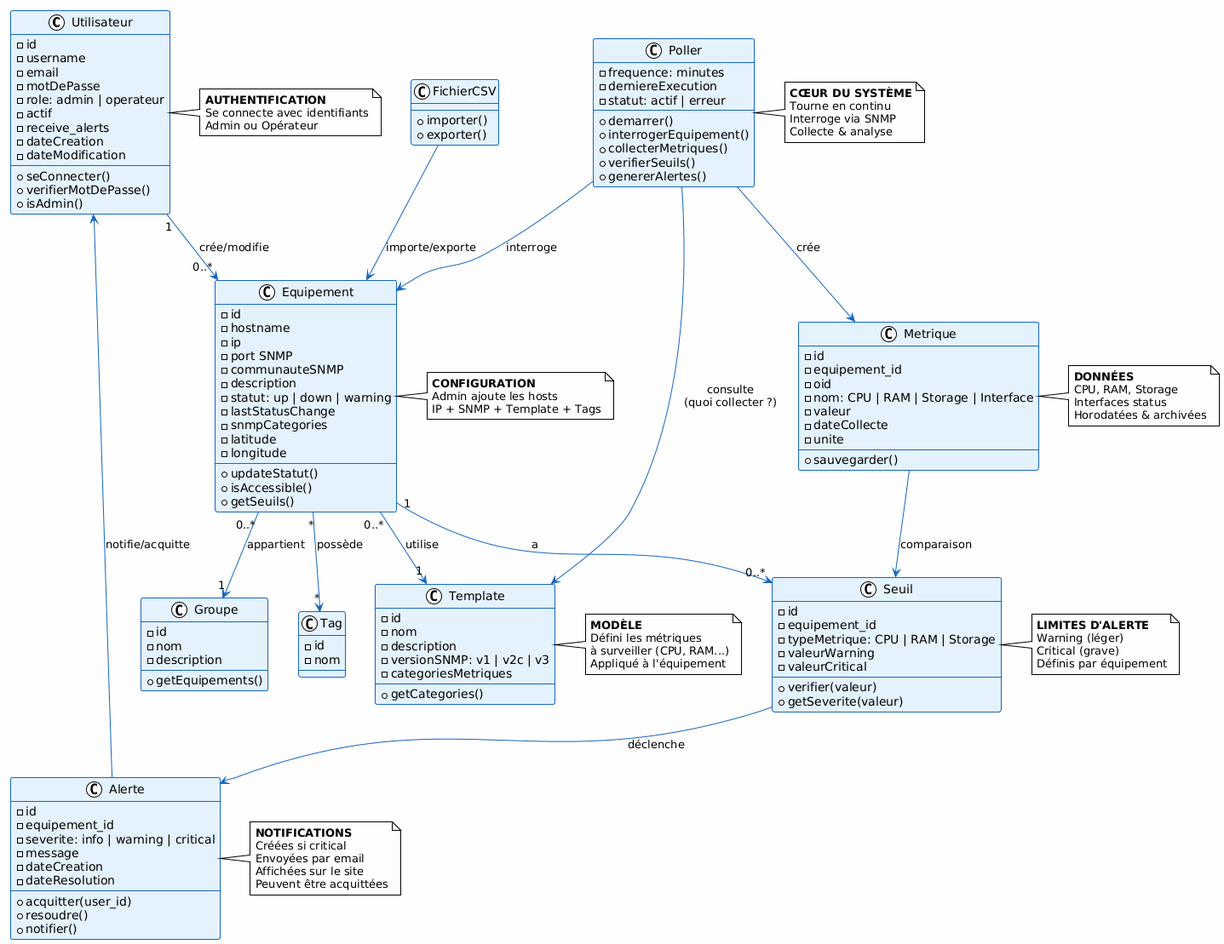
Before: Diagramme/Schema/Diagramme_class.png, a diagram exported from PlantUML (Noe-GAVILLET/Projet_supervision_reseau). Its diagram source:
```plantuml
@startuml
!theme plain
skinparam backgroundColor #FEFEFE
skinparam classBackgroundColor #E3F2FD
skinparam classBorderColor #1565C0
skinparam arrowColor #1565C0
skinparam fontSize 11
skinparam maxMessageSize 250


class Utilisateur {
  - id
  - username
  - email
  - motDePasse
  - role: admin | operateur
  - actif
  - receive_alerts
  - dateCreation
  - dateModification
  --
  + seConnecter()
  + verifierMotDePasse()
  + isAdmin()
}


class Equipement {
  - id
  - hostname
  - ip
  - port SNMP
  - communauteSNMP
  - description
  - statut: up | down | warning
  - lastStatusChange
  - snmpCategories
  - latitude
  - longitude
  --
  + updateStatut()
  + isAccessible()
  + getSeuils()
}

class Template {
  - id
  - nom
  - description
  - versionSNMP: v1 | v2c | v3
  - categoriesMetriques
  --
  + getCategories()
}

class Groupe {
  - id
  - nom
  - description
  --
  + getEquipements()
}

class Tag {
  - id
  - nom
}


class Seuil {
  - id
  - equipement_id
  - typeMetrique: CPU | RAM | Storage
  - valeurWarning
  - valeurCritical
  --
  + verifier(valeur)
  + getSeverite(valeur)
}


class Poller {
  - frequence: minutes
  - derniereExecution
  - statut: actif | erreur
  --
  + demarrer()
  + interrogerEquipement()
  + collecterMetriques()
  + verifierSeuils()
  + genererAlertes()
}


class Metrique {
  - id
  - equipement_id
  - oid
  - nom: CPU | RAM | Storage | Interface
  - valeur
  - dateCollecte
  - unite
  --
  + sauvegarder()
}


class Alerte {
  - id
  - equipement_id
  - severite: info | warning | critical
  - message
  - dateCreation
  - dateResolution
  --
  + acquitter(user_id)
  + resoudre()
  + notifier()
}


class FichierCSV {
  --
  + importer()
  + exporter()
}


Utilisateur "1" --> "0..*" Equipement : crée/modifie


Equipement "0..*" --> "1" Template : utilise
Equipement "*" --> "*" Tag : possède
Equipement "0..*" --> "1" Groupe : appartient
Equipement "1" --> "0..*" Seuil : a


FichierCSV --> Equipement : importe/exporte


Poller --> Template : consulte\n(quoi collecter ?)
Poller --> Equipement : interroge
Poller --> Metrique : crée


Metrique --> Seuil : comparaison
Seuil --> Alerte : déclenche


Alerte --> Utilisateur : notifie/acquitte


note right of Utilisateur
  **AUTHENTIFICATION**
  Se connecte avec identifiants
  Admin ou Opérateur
end note

note right of Equipement
  **CONFIGURATION**
  Admin ajoute les hosts
  IP + SNMP + Template + Tags
end note

note right of Template
  **MODÈLE**
  Défini les métriques
  à surveiller (CPU, RAM...)
  Appliqué à l'équipement
end note

note right of Seuil
  **LIMITES D'ALERTE**
  Warning (léger)
  Critical (grave)
  Définis par équipement
end note

note right of Poller
  **CŒUR DU SYSTÈME**
  Tourne en continu
  Interroge via SNMP
  Collecte & analyse
end note

note right of Metrique
  **DONNÉES**
  CPU, RAM, Storage
  Interfaces status
  Horodatées & archivées
end note

note right of Alerte
  **NOTIFICATIONS**
  Créées si critical
  Envoyées par email
  Affichées sur le site
  Peuvent être acquittées
end note
@enduml
```
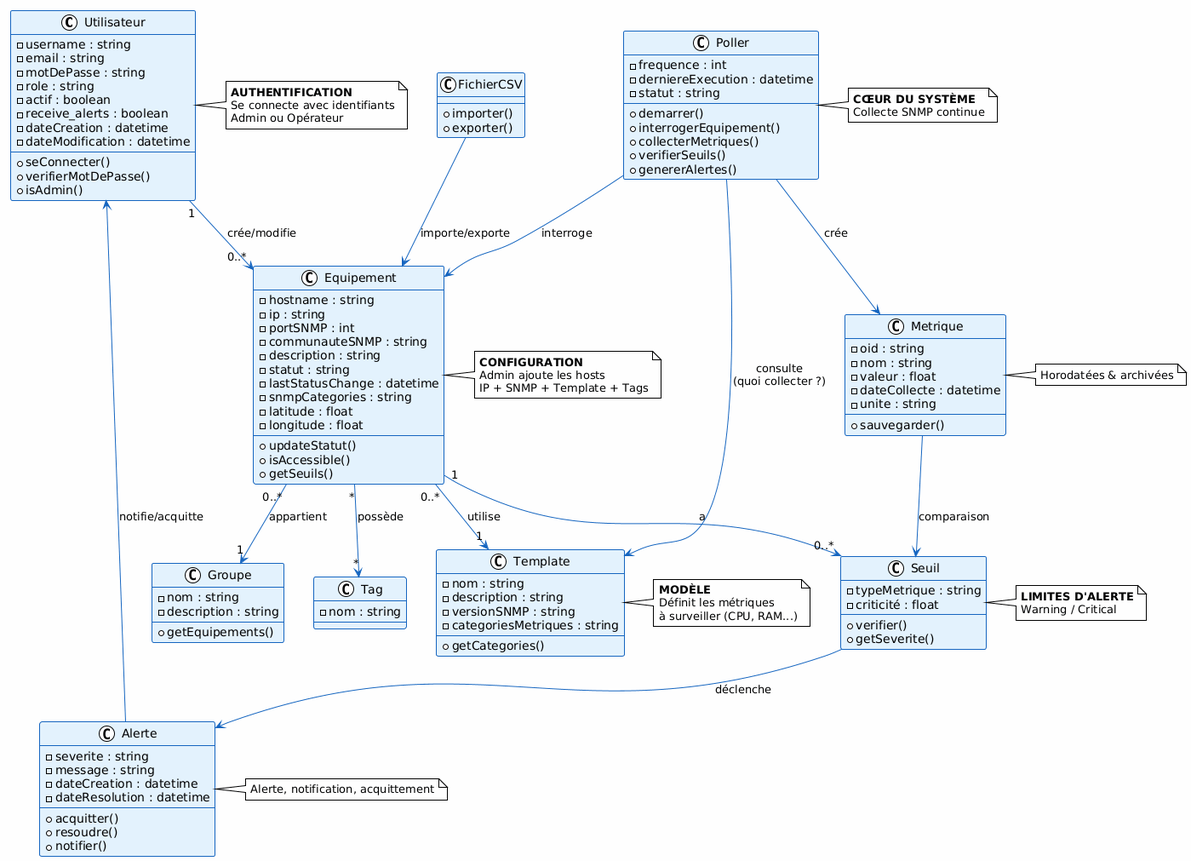
Later version of the same file.

Commit message:
Maj diagramme de classe

The edit, as a diff of the source:
```diff
@@ -9,15 +9,14 @@
 
 
 class Utilisateur {
-  - id
-  - username
-  - email
-  - motDePasse
-  - role: admin | operateur
-  - actif
-  - receive_alerts
-  - dateCreation
-  - dateModification
+  - username : string
+  - email : string
+  - motDePasse : string
+  - role : string
+  - actif : boolean
+  - receive_alerts : boolean
+  - dateCreation : datetime
+  - dateModification : datetime
   --
   + seConnecter()
   + verifierMotDePasse()
@@ -26,17 +25,16 @@
 
 
 class Equipement {
-  - id
-  - hostname
-  - ip
-  - port SNMP
-  - communauteSNMP
-  - description
-  - statut: up | down | warning
-  - lastStatusChange
-  - snmpCategories
-  - latitude
-  - longitude
+  - hostname : string
+  - ip : string
+  - portSNMP : int
+  - communauteSNMP : string
+  - description : string
+  - statut : string
+  - lastStatusChange : datetime
+  - snmpCategories : string
+  - latitude : float
+  - longitude : float
   --
   + updateStatut()
   + isAccessible()
@@ -44,45 +42,39 @@
 }
 
 class Template {
-  - id
-  - nom
-  - description
-  - versionSNMP: v1 | v2c | v3
-  - categoriesMetriques
+  - nom : string
+  - description : string
+  - versionSNMP : string
+  - categoriesMetriques : string
   --
   + getCategories()
 }
 
 class Groupe {
-  - id
-  - nom
-  - description
+  - nom : string
+  - description : string
   --
   + getEquipements()
 }
 
 class Tag {
-  - id
-  - nom
+  - nom : string
 }
 
 
 class Seuil {
-  - id
-  - equipement_id
-  - typeMetrique: CPU | RAM | Storage
-  - valeurWarning
-  - valeurCritical
+  - typeMetrique : string
+  - criticité : float
   --
-  + verifier(valeur)
-  + getSeverite(valeur)
+  + verifier()
+  + getSeverite()
 }
 
 
 class Poller {
-  - frequence: minutes
-  - derniereExecution
-  - statut: actif | erreur
+  - frequence : int
+  - derniereExecution : datetime
+  - statut : string
   --
   + demarrer()
   + interrogerEquipement()
@@ -93,60 +85,45 @@
 
 
 class Metrique {
-  - id
-  - equipement_id
-  - oid
-  - nom: CPU | RAM | Storage | Interface
-  - valeur
-  - dateCollecte
-  - unite
+  - oid : string
+  - nom : string
+  - valeur : float
+  - dateCollecte : datetime
+  - unite : string
   --
   + sauvegarder()
 }
 
 
 class Alerte {
-  - id
-  - equipement_id
-  - severite: info | warning | critical
-  - message
-  - dateCreation
-  - dateResolution
+  - severite : string
+  - message : string
+  - dateCreation : datetime
+  - dateResolution : datetime
   --
-  + acquitter(user_id)
+  + acquitter()
   + resoudre()
   + notifier()
 }
 
 
 class FichierCSV {
-  --
   + importer()
   + exporter()
 }
 
 
 Utilisateur "1" --> "0..*" Equipement : crée/modifie
-
-
 Equipement "0..*" --> "1" Template : utilise
 Equipement "*" --> "*" Tag : possède
 Equipement "0..*" --> "1" Groupe : appartient
 Equipement "1" --> "0..*" Seuil : a
-
-
 FichierCSV --> Equipement : importe/exporte
-
-
 Poller --> Template : consulte\n(quoi collecter ?)
 Poller --> Equipement : interroge
 Poller --> Metrique : crée
-
-
 Metrique --> Seuil : comparaison
 Seuil --> Alerte : déclenche
-
-
 Alerte --> Utilisateur : notifie/acquitte
 
 
@@ -164,37 +141,25 @@
 
 note right of Template
   **MODÈLE**
-  Défini les métriques
+  Définit les métriques
   à surveiller (CPU, RAM...)
-  Appliqué à l'équipement
 end note
 
 note right of Seuil
   **LIMITES D'ALERTE**
-  Warning (léger)
-  Critical (grave)
-  Définis par équipement
+  Warning / Critical
 end note
 
 note right of Poller
   **CŒUR DU SYSTÈME**
-  Tourne en continu
-  Interroge via SNMP
-  Collecte & analyse
+  Collecte SNMP continue
 end note
 
 note right of Metrique
-  **DONNÉES**
-  CPU, RAM, Storage
-  Interfaces status
   Horodatées & archivées
 end note
 
 note right of Alerte
-  **NOTIFICATIONS**
-  Créées si critical
-  Envoyées par email
-  Affichées sur le site
-  Peuvent être acquittées
+  Alerte, notification, acquittement
 end note
 @enduml
```
